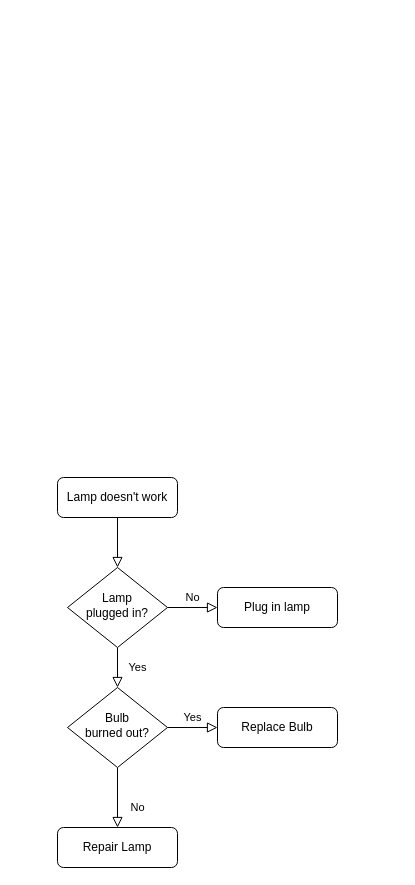
Above: docs/system_design/Untitled Diagram.drawio in cbcote/ils-nlp (draw.io), before the change. Source tidied: cells renumbered, new cells numbered last; positions are measured from the earlier drawing's top-left corner, leaving out a move shared by most shapes. Both pictures are drawn from the tidied source at 100%, with x=0, y=0 at pixel (57, 477). Pictures stored in the file or linked from it are replaced by grey dashed boxes.
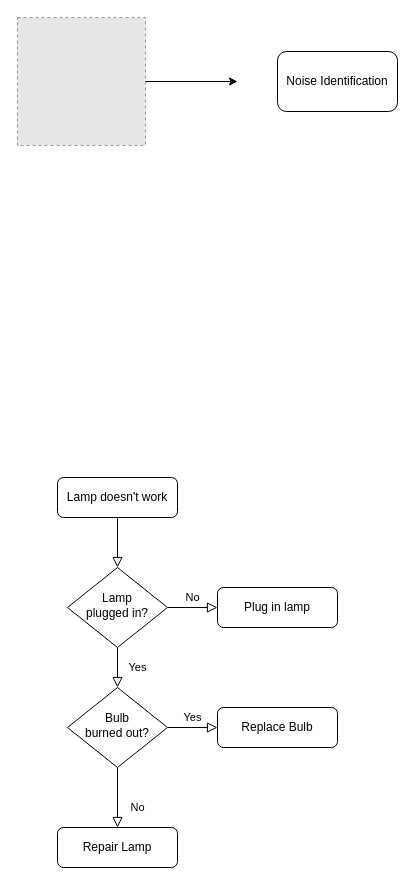
After the change.

What changed in the source:
```diff
@@
 <mxGraphModel>
   <root>
     <mxCell id="0" />
     <mxCell id="1" parent="0" />
     <mxCell id="2" style="rounded=0;html=1;jettySize=auto;fontSize=11;endArrow=block;endFill=0;endSize=8;strokeWidth=1;shadow=0;labelBackgroundColor=none;edgeStyle=orthogonalEdgeStyle;" parent="1" edge="1" source="3" target="6">
       <mxGeometry relative="1" as="geometry" />
     </mxCell>
     <mxCell id="3" value="Lamp doesn't work" style="rounded=1;whiteSpace=wrap;html=1;fontSize=12;glass=0;strokeWidth=1;shadow=0;" parent="1" vertex="1">
       <mxGeometry width="120" height="40" as="geometry" />
     </mxCell>
     <mxCell id="4" value="Yes" style="rounded=0;html=1;jettySize=auto;fontSize=11;endArrow=block;endFill=0;endSize=8;strokeWidth=1;shadow=0;labelBackgroundColor=none;edgeStyle=orthogonalEdgeStyle;" parent="1" edge="1" source="6" target="10">
       <mxGeometry y="20" relative="1" as="geometry" />
     </mxCell>
     <mxCell id="5" value="No" style="edgeStyle=orthogonalEdgeStyle;rounded=0;html=1;jettySize=auto;fontSize=11;endArrow=block;endFill=0;endSize=8;strokeWidth=1;shadow=0;labelBackgroundColor=none;" parent="1" edge="1" source="6" target="7">
       <mxGeometry y="10" relative="1" as="geometry" />
     </mxCell>
     <mxCell id="6" value="Lamp&lt;br&gt;plugged in?" style="rhombus;whiteSpace=wrap;html=1;shadow=0;fontFamily=Helvetica;fontSize=12;align=center;strokeWidth=1;spacing=6;spacingTop=-4;" parent="1" vertex="1">
       <mxGeometry x="10" y="90" width="100" height="80" as="geometry" />
     </mxCell>
     <mxCell id="7" value="Plug in lamp" style="rounded=1;whiteSpace=wrap;html=1;fontSize=12;glass=0;strokeWidth=1;shadow=0;" parent="1" vertex="1">
       <mxGeometry x="160" y="110" width="120" height="40" as="geometry" />
     </mxCell>
     <mxCell id="8" value="No" style="rounded=0;html=1;jettySize=auto;fontSize=11;endArrow=block;endFill=0;endSize=8;strokeWidth=1;shadow=0;labelBackgroundColor=none;edgeStyle=orthogonalEdgeStyle;" parent="1" edge="1" source="10" target="11">
       <mxGeometry x="0.33" y="20" relative="1" as="geometry" />
     </mxCell>
     <mxCell id="9" value="Yes" style="edgeStyle=orthogonalEdgeStyle;rounded=0;html=1;jettySize=auto;fontSize=11;endArrow=block;endFill=0;endSize=8;strokeWidth=1;shadow=0;labelBackgroundColor=none;" parent="1" edge="1" source="10" target="12">
       <mxGeometry y="10" relative="1" as="geometry" />
     </mxCell>
     <mxCell id="10" value="Bulb&lt;br&gt;burned out?" style="rhombus;whiteSpace=wrap;html=1;shadow=0;fontFamily=Helvetica;fontSize=12;align=center;strokeWidth=1;spacing=6;spacingTop=-4;" parent="1" vertex="1">
       <mxGeometry x="10" y="210" width="100" height="80" as="geometry" />
     </mxCell>
     <mxCell id="11" value="Repair Lamp" style="rounded=1;whiteSpace=wrap;html=1;fontSize=12;glass=0;strokeWidth=1;shadow=0;" parent="1" vertex="1">
       <mxGeometry y="350" width="120" height="40" as="geometry" />
     </mxCell>
     <mxCell id="12" value="Replace Bulb" style="rounded=1;whiteSpace=wrap;html=1;fontSize=12;glass=0;strokeWidth=1;shadow=0;" parent="1" vertex="1">
       <mxGeometry x="160" y="230" width="120" height="40" as="geometry" />
     </mxCell>
+    <mxCell id="13" style="fillColor=#E6E6E6;strokeColor=#999999;dashed=1;html=1;verticalAlign=top;verticalLabelPosition=bottom;labelBackgroundColor=#ffffff;" parent="1" vertex="1">
+      <mxGeometry x="-40" y="-460" width="128" height="128" as="geometry" />
+    </mxCell>
+    <mxCell id="14" style="endArrow=classic;html=1;rounded=0;exitX=1;exitY=0.5;exitDx=0;exitDy=0;" parent="1" edge="1" source="13">
+      <mxGeometry relative="1" as="geometry">
+        <mxPoint x="180" y="-396" as="targetPoint" />
+      </mxGeometry>
+    </mxCell>
+    <mxCell id="15" value="Noise Identification" style="rounded=1;whiteSpace=wrap;html=1;" parent="1" vertex="1">
+      <mxGeometry x="220" y="-426" width="120" height="60" as="geometry" />
+    </mxCell>
   </root>
 </mxGraphModel>
```
